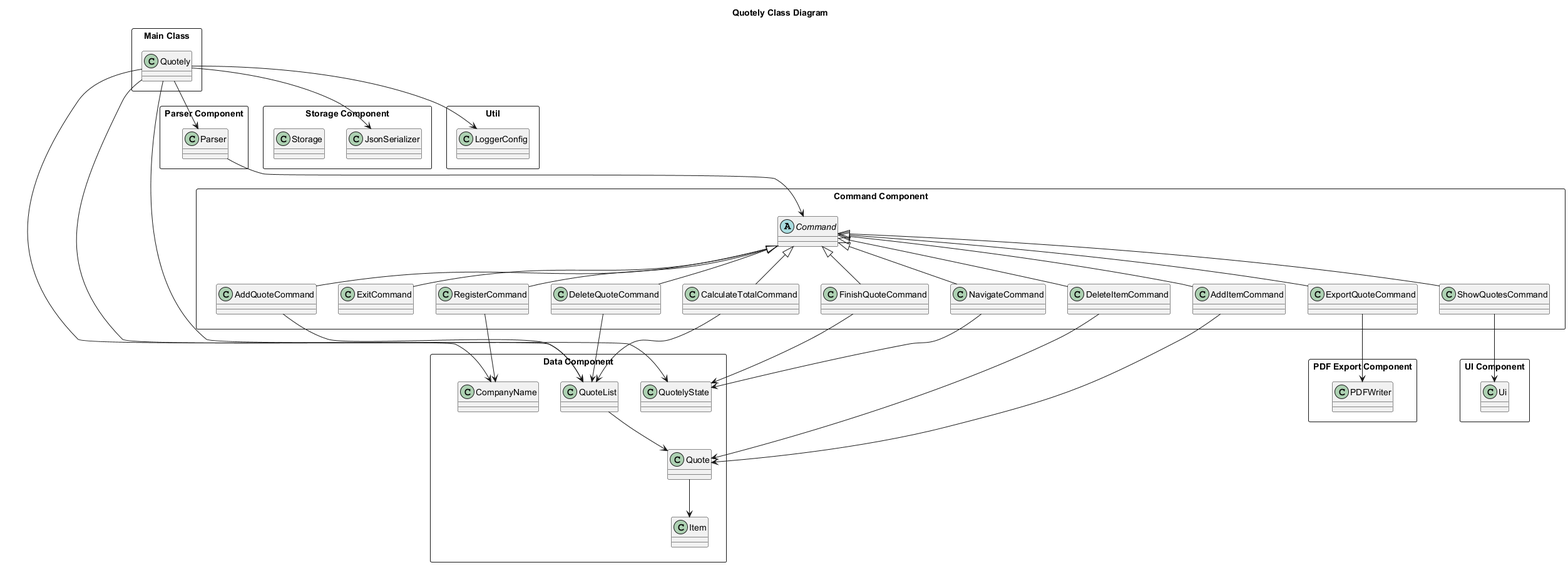
Tanjy55/tp keeps this PlantUML diagram as docs/src/quotelyclassdiagram.png. Above is the earlier version.
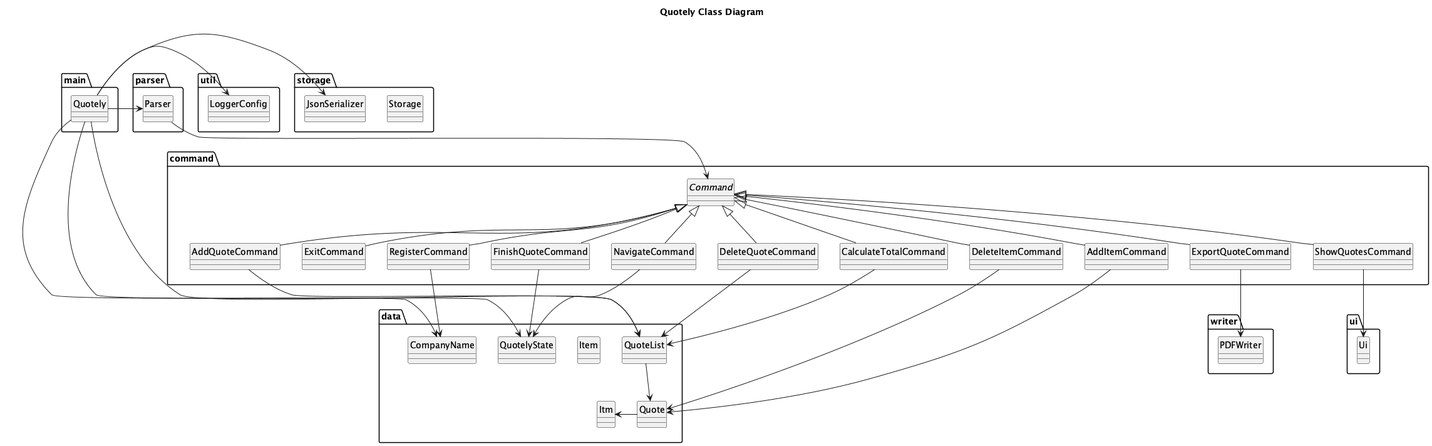
The same file after the commit.

The edit, as a diff of the source:
```diff
@@ -1,8 +1,11 @@
 @startuml
+hide circle
+skinparam classAttributeIconSize 0
+
 title Quotely Class Diagram
 top to bottom direction
 
-rectangle "Command Component" as Cmd {
+package command as Cmd {
   abstract class Command
   class AddItemCommand
   class AddQuoteCommand
@@ -29,47 +32,47 @@
   Command <|-- ShowQuotesCommand
 }
 
-rectangle "Data Component" as Data {
+package data as Data {
   class CompanyName
   class Item
   class Quote
   class QuoteList
   class QuotelyState
 
-  Quote --> Item
+  Itm <- Quote
   QuoteList --> Quote
 }
 
-rectangle "Parser Component" as ParserComp {
+package parser as ParserComp {
   class Parser
 }
 
-rectangle "Storage Component" as StorageComp {
+package storage as StorageComp {
   class JsonSerializer
   class Storage
 }
 
-rectangle "UI Component" as UIComp {
+package ui as UIComp {
   class Ui
 }
 
-rectangle "PDF Export Component" as PdfComp {
+package writer as PdfComp {
   class PDFWriter
 }
 
-rectangle "Util" as Util {
+package util as Util {
   class LoggerConfig
 }
 
-rectangle "Main Class" as Main {
+package main as Main {
   class Quotely
 }
 
-Quotely --> Parser
-Quotely --> LoggerConfig
-Quotely --> JsonSerializer
+Quotely -> Parser
+Quotely -> LoggerConfig
+Quotely -> JsonSerializer
 Quotely --> CompanyName
-Quotely --> QuoteList
+Quotely -> QuoteList
 Quotely --> QuotelyState
 AddItemCommand --> Quote
 AddQuoteCommand --> QuoteList
```
